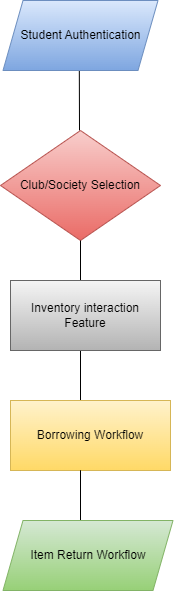
This is Untitled Diagram.drawio.png from Abhijit1Maity/github, a draw.io export, as it was before one commit. Source tidied: cells renumbered, new cells last; positions are measured from the earlier drawing's top-left corner, leaving out a move shared by most shapes. The source it was exported from:
```xml
<mxGraphModel>
  <root>
    <mxCell id="0" />
    <mxCell id="1" parent="0" />
    <mxCell id="2" style="endArrow=none;html=1;rounded=0;entryX=0.598;entryY=1.06;entryDx=0;entryDy=0;entryPerimeter=0;" parent="1" edge="1">
      <mxGeometry relative="1" as="geometry">
        <mxPoint x="79" y="130" as="sourcePoint" />
        <mxPoint x="78.8" y="70" as="targetPoint" />
      </mxGeometry>
    </mxCell>
    <mxCell id="3" value="Club/Society Selection" style="rhombus;whiteSpace=wrap;html=1;rounded=0;fillColor=#f8cecc;gradientColor=#ea6b66;strokeColor=#b85450;" parent="1" vertex="1">
      <mxGeometry y="130" width="160" height="110" as="geometry" />
    </mxCell>
    <mxCell id="4" value="Student Authentication" style="shape=parallelogram;perimeter=parallelogramPerimeter;whiteSpace=wrap;html=1;fixedSize=1;rounded=0;fillColor=#dae8fc;strokeColor=#6c8ebf;gradientColor=#7ea6e0;" parent="1" vertex="1">
      <mxGeometry x="2.5" width="155" height="70" as="geometry" />
    </mxCell>
    <mxCell id="5" style="endArrow=none;html=1;rounded=0;" parent="1" edge="1">
      <mxGeometry relative="1" as="geometry">
        <mxPoint x="80" y="410" as="sourcePoint" />
        <mxPoint x="80" y="350" as="targetPoint" />
      </mxGeometry>
    </mxCell>
    <mxCell id="6" style="endArrow=none;html=1;rounded=0;entryX=0.5;entryY=1;entryDx=0;entryDy=0;" parent="1" edge="1" target="3">
      <mxGeometry relative="1" as="geometry">
        <mxPoint x="80" y="290" as="sourcePoint" />
        <Array as="points">
          <mxPoint x="80" y="290" />
        </Array>
      </mxGeometry>
    </mxCell>
    <mxCell id="7" value="Inventory interaction Feature" style="rounded=0;whiteSpace=wrap;html=1;fillColor=#f5f5f5;strokeColor=#666666;gradientColor=#b3b3b3;" parent="1" vertex="1">
      <mxGeometry x="10" y="280" width="150" height="70" as="geometry" />
    </mxCell>
    <mxCell id="8" value="Borrowing Workflow" style="rounded=0;whiteSpace=wrap;html=1;fillColor=#fff2cc;gradientColor=#ffd966;strokeColor=#d6b656;" parent="1" vertex="1">
      <mxGeometry x="10" y="400" width="160" height="70" as="geometry" />
    </mxCell>
    <mxCell id="9" style="endArrow=none;html=1;rounded=0;" parent="1" edge="1">
      <mxGeometry relative="1" as="geometry">
        <mxPoint x="80" y="520" as="sourcePoint" />
        <mxPoint x="80" y="530" as="targetPoint" />
        <Array as="points">
          <mxPoint x="80" y="470" />
        </Array>
      </mxGeometry>
    </mxCell>
    <mxCell id="10" value="Item Return Workflow" style="shape=parallelogram;perimeter=parallelogramPerimeter;whiteSpace=wrap;html=1;fixedSize=1;rounded=0;fillColor=#d5e8d4;gradientColor=#97d077;strokeColor=#82b366;" parent="1" vertex="1">
      <mxGeometry x="2.5" y="520" width="170" height="70" as="geometry" />
    </mxCell>
  </root>
</mxGraphModel>
```
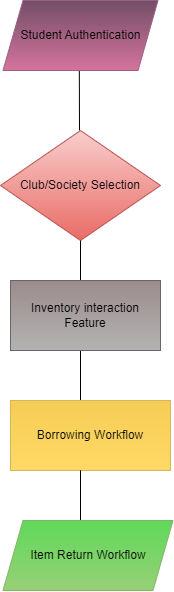
Later version of the same file.

Diff of the diagram source:
```diff
@@ -11,7 +11,7 @@
     <mxCell id="3" value="Club/Society Selection" style="rhombus;whiteSpace=wrap;html=1;rounded=0;fillColor=#f8cecc;gradientColor=#ea6b66;strokeColor=#b85450;" parent="1" vertex="1">
       <mxGeometry y="130" width="160" height="110" as="geometry" />
     </mxCell>
-    <mxCell id="4" value="Student Authentication" style="shape=parallelogram;perimeter=parallelogramPerimeter;whiteSpace=wrap;html=1;fixedSize=1;rounded=0;fillColor=#dae8fc;strokeColor=#6c8ebf;gradientColor=#7ea6e0;" parent="1" vertex="1">
+    <mxCell id="4" value="Student Authentication" style="shape=parallelogram;perimeter=parallelogramPerimeter;whiteSpace=wrap;html=1;fixedSize=1;rounded=0;fillColor=#734e67;strokeColor=#996185;gradientColor=#d5739d;" parent="1" vertex="1">
       <mxGeometry x="2.5" width="155" height="70" as="geometry" />
     </mxCell>
     <mxCell id="5" style="endArrow=none;html=1;rounded=0;" parent="1" edge="1">
@@ -28,10 +28,10 @@
         </Array>
       </mxGeometry>
     </mxCell>
-    <mxCell id="7" value="Inventory interaction Feature" style="rounded=0;whiteSpace=wrap;html=1;fillColor=#f5f5f5;strokeColor=#666666;gradientColor=#b3b3b3;" parent="1" vertex="1">
+    <mxCell id="7" value="Inventory interaction Feature" style="rounded=0;whiteSpace=wrap;html=1;fillColor=#9b8c8c;strokeColor=#666666;gradientColor=#b3b3b3;" parent="1" vertex="1">
       <mxGeometry x="10" y="280" width="150" height="70" as="geometry" />
     </mxCell>
-    <mxCell id="8" value="Borrowing Workflow" style="rounded=0;whiteSpace=wrap;html=1;fillColor=#fff2cc;gradientColor=#ffd966;strokeColor=#d6b656;" parent="1" vertex="1">
+    <mxCell id="8" value="Borrowing Workflow" style="rounded=0;whiteSpace=wrap;html=1;fillColor=#f5cd56;gradientColor=#ffd966;strokeColor=#d6b656;" parent="1" vertex="1">
       <mxGeometry x="10" y="400" width="160" height="70" as="geometry" />
     </mxCell>
     <mxCell id="9" style="endArrow=none;html=1;rounded=0;" parent="1" edge="1">
@@ -43,7 +43,7 @@
         </Array>
       </mxGeometry>
     </mxCell>
-    <mxCell id="10" value="Item Return Workflow" style="shape=parallelogram;perimeter=parallelogramPerimeter;whiteSpace=wrap;html=1;fixedSize=1;rounded=0;fillColor=#d5e8d4;gradientColor=#97d077;strokeColor=#82b366;" parent="1" vertex="1">
+    <mxCell id="10" value="Item Return Workflow" style="shape=parallelogram;perimeter=parallelogramPerimeter;whiteSpace=wrap;html=1;fixedSize=1;rounded=0;fillColor=#5fd959;gradientColor=#97d077;strokeColor=#82b366;" parent="1" vertex="1">
       <mxGeometry x="2.5" y="520" width="170" height="70" as="geometry" />
     </mxCell>
   </root>
```
